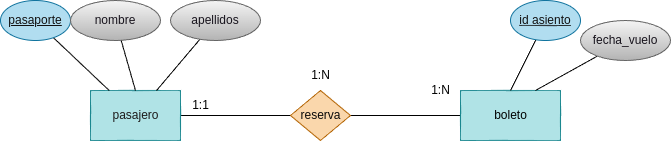
This is tareas/tarea-3/images/ejercicio11.drawio.png from betancorge/base-datos-2, a draw.io export, as it was before one commit. Source tidied: cells renumbered, new cells last; positions are measured from the earlier drawing's top-left corner, leaving out a move shared by most shapes. Source of this version:
```xml
<mxGraphModel>
  <root>
    <mxCell id="0" />
    <mxCell id="1" parent="0" />
    <mxCell id="2" style="edgeStyle=none;html=1;entryX=0;entryY=0.5;entryDx=0;entryDy=0;endArrow=none;endFill=0;" parent="1" edge="1" source="3" target="5">
      <mxGeometry relative="1" as="geometry" />
    </mxCell>
    <mxCell id="3" value="&lt;font color=&quot;#1d1b1b&quot;&gt;pasajero&lt;/font&gt;" style="html=1;dashed=0;whitespace=wrap;fillColor=#b0e3e6;strokeColor=#0e8088;" parent="1" vertex="1">
      <mxGeometry x="90" y="90" width="90" height="50" as="geometry" />
    </mxCell>
    <mxCell id="4" style="edgeStyle=none;html=1;exitX=1;exitY=0.5;exitDx=0;exitDy=0;entryX=0;entryY=0.5;entryDx=0;entryDy=0;endArrow=none;endFill=0;" parent="1" edge="1" source="5" target="6">
      <mxGeometry relative="1" as="geometry" />
    </mxCell>
    <mxCell id="5" value="&lt;font color=&quot;#0a0a0a&quot;&gt;reserva&lt;/font&gt;" style="shape=rhombus;html=1;dashed=0;whitespace=wrap;perimeter=rhombusPerimeter;fillColor=#fad7ac;strokeColor=#b46504;" parent="1" vertex="1">
      <mxGeometry x="290" y="90" width="60" height="50" as="geometry" />
    </mxCell>
    <mxCell id="6" value="&lt;font color=&quot;#000000&quot;&gt;boleto&lt;/font&gt;" style="html=1;dashed=0;whitespace=wrap;fillColor=#b0e3e6;strokeColor=#0e8088;" parent="1" vertex="1">
      <mxGeometry x="460" y="90" width="100" height="50" as="geometry" />
    </mxCell>
    <mxCell id="7" value="1:N" style="text;html=1;align=center;verticalAlign=middle;strokeColor=none;fillColor=none;" parent="1" vertex="1">
      <mxGeometry x="420" y="75" width="40" height="30" as="geometry" />
    </mxCell>
    <mxCell id="8" value="1:N" style="text;html=1;align=center;verticalAlign=middle;strokeColor=none;fillColor=none;" parent="1" vertex="1">
      <mxGeometry x="300" y="60" width="40" height="30" as="geometry" />
    </mxCell>
    <mxCell id="9" value="1:1" style="text;html=1;align=center;verticalAlign=middle;strokeColor=none;fillColor=none;" parent="1" vertex="1">
      <mxGeometry x="180" y="90" width="40" height="30" as="geometry" />
    </mxCell>
    <mxCell id="10" style="edgeStyle=none;html=1;endArrow=none;endFill=0;" parent="1" edge="1" source="11" target="3">
      <mxGeometry relative="1" as="geometry" />
    </mxCell>
    <mxCell id="11" value="pasaporte" style="ellipse;whiteSpace=wrap;html=1;align=center;fontStyle=4;fillColor=#b1ddf0;strokeColor=#10739e;fontColor=#121111;" parent="1" vertex="1">
      <mxGeometry width="70" height="40" as="geometry" />
    </mxCell>
    <mxCell id="12" style="edgeStyle=none;html=1;entryX=0.75;entryY=0;entryDx=0;entryDy=0;endArrow=none;endFill=0;" parent="1" edge="1" source="13" target="6">
      <mxGeometry relative="1" as="geometry" />
    </mxCell>
    <mxCell id="13" value="&lt;font color=&quot;#18141d&quot;&gt;fecha_vuelo&lt;/font&gt;" style="ellipse;whiteSpace=wrap;html=1;align=center;fillColor=#f5f5f5;gradientColor=#b3b3b3;strokeColor=#666666;" parent="1" vertex="1">
      <mxGeometry x="580" y="20" width="90" height="40" as="geometry" />
    </mxCell>
    <mxCell id="14" style="edgeStyle=none;html=1;entryX=0.5;entryY=0;entryDx=0;entryDy=0;endArrow=none;endFill=0;" parent="1" edge="1" source="15" target="6">
      <mxGeometry relative="1" as="geometry" />
    </mxCell>
    <mxCell id="15" value="id asiento" style="ellipse;whiteSpace=wrap;html=1;align=center;fontStyle=4;fillColor=#b1ddf0;strokeColor=#10739e;fontColor=#121111;" parent="1" vertex="1">
      <mxGeometry x="510" width="70" height="40" as="geometry" />
    </mxCell>
    <mxCell id="16" style="edgeStyle=none;html=1;entryX=0.5;entryY=0;entryDx=0;entryDy=0;endArrow=none;endFill=0;" parent="1" edge="1" source="17" target="3">
      <mxGeometry relative="1" as="geometry" />
    </mxCell>
    <mxCell id="17" value="&lt;font color=&quot;#18141d&quot;&gt;nombre&lt;/font&gt;" style="ellipse;whiteSpace=wrap;html=1;align=center;fillColor=#f5f5f5;gradientColor=#b3b3b3;strokeColor=#666666;" parent="1" vertex="1">
      <mxGeometry x="70" width="90" height="40" as="geometry" />
    </mxCell>
    <mxCell id="18" style="edgeStyle=none;html=1;endArrow=none;endFill=0;" parent="1" edge="1" source="19" target="3">
      <mxGeometry relative="1" as="geometry" />
    </mxCell>
    <mxCell id="19" value="&lt;font color=&quot;#18141d&quot;&gt;apellidos&lt;/font&gt;" style="ellipse;whiteSpace=wrap;html=1;align=center;fillColor=#f5f5f5;gradientColor=#b3b3b3;strokeColor=#666666;" parent="1" vertex="1">
      <mxGeometry x="170" width="90" height="40" as="geometry" />
    </mxCell>
  </root>
</mxGraphModel>
```
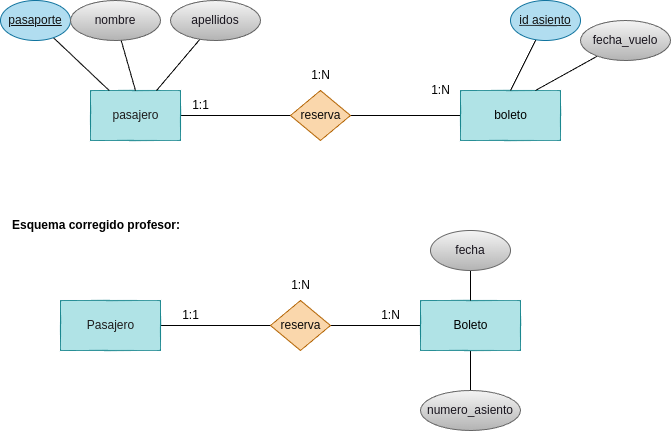
After the change.

What changed in the source:
```diff
@@ -56,5 +56,44 @@
     <mxCell id="19" value="&lt;font color=&quot;#18141d&quot;&gt;apellidos&lt;/font&gt;" style="ellipse;whiteSpace=wrap;html=1;align=center;fillColor=#f5f5f5;gradientColor=#b3b3b3;strokeColor=#666666;" parent="1" vertex="1">
       <mxGeometry x="170" width="90" height="40" as="geometry" />
     </mxCell>
+    <mxCell id="20" value="&lt;h1 style=&quot;margin-top: 0px;&quot;&gt;&lt;font style=&quot;font-size: 12px;&quot;&gt;Esquema corregido profesor:&lt;/font&gt;&lt;/h1&gt;" style="text;html=1;whiteSpace=wrap;overflow=hidden;rounded=0;" parent="1" vertex="1">
+      <mxGeometry x="10" y="200" width="190" height="50" as="geometry" />
+    </mxCell>
+    <mxCell id="21" style="edgeStyle=none;html=1;entryX=0;entryY=0.5;entryDx=0;entryDy=0;endArrow=none;endFill=0;" parent="1" edge="1" source="22" target="24">
+      <mxGeometry relative="1" as="geometry" />
+    </mxCell>
+    <mxCell id="22" value="&lt;font color=&quot;#1d1b1b&quot;&gt;Pasajero&lt;/font&gt;" style="html=1;dashed=0;whitespace=wrap;fillColor=#b0e3e6;strokeColor=#0e8088;" parent="1" vertex="1">
+      <mxGeometry x="60" y="300" width="100" height="50" as="geometry" />
+    </mxCell>
+    <mxCell id="23" style="edgeStyle=none;html=1;exitX=1;exitY=0.5;exitDx=0;exitDy=0;entryX=0;entryY=0.5;entryDx=0;entryDy=0;endArrow=none;endFill=0;" parent="1" edge="1" source="24" target="26">
+      <mxGeometry relative="1" as="geometry" />
+    </mxCell>
+    <mxCell id="24" value="&lt;font color=&quot;#0a0a0a&quot;&gt;reserva&lt;/font&gt;" style="shape=rhombus;html=1;dashed=0;whitespace=wrap;perimeter=rhombusPerimeter;fillColor=#fad7ac;strokeColor=#b46504;" parent="1" vertex="1">
+      <mxGeometry x="270" y="300" width="60" height="50" as="geometry" />
+    </mxCell>
+    <mxCell id="25" style="edgeStyle=none;html=1;endArrow=none;endFill=0;" parent="1" edge="1" source="26" target="32">
+      <mxGeometry relative="1" as="geometry" />
+    </mxCell>
+    <mxCell id="26" value="&lt;font color=&quot;#000000&quot;&gt;Boleto&lt;/font&gt;" style="html=1;dashed=0;whitespace=wrap;fillColor=#b0e3e6;strokeColor=#0e8088;" parent="1" vertex="1">
+      <mxGeometry x="420" y="300" width="100" height="50" as="geometry" />
+    </mxCell>
+    <mxCell id="27" value="1:N" style="text;html=1;align=center;verticalAlign=middle;strokeColor=none;fillColor=none;" parent="1" vertex="1">
+      <mxGeometry x="370" y="300" width="40" height="30" as="geometry" />
+    </mxCell>
+    <mxCell id="28" value="1:1" style="text;html=1;align=center;verticalAlign=middle;strokeColor=none;fillColor=none;" parent="1" vertex="1">
+      <mxGeometry x="170" y="300" width="40" height="30" as="geometry" />
+    </mxCell>
+    <mxCell id="29" value="1:N" style="text;html=1;align=center;verticalAlign=middle;strokeColor=none;fillColor=none;" parent="1" vertex="1">
+      <mxGeometry x="280" y="270" width="40" height="30" as="geometry" />
+    </mxCell>
+    <mxCell id="30" style="edgeStyle=none;html=1;entryX=0.5;entryY=1;entryDx=0;entryDy=0;endArrow=none;endFill=0;exitX=0.5;exitY=0;exitDx=0;exitDy=0;" parent="1" edge="1" source="26" target="31">
+      <mxGeometry relative="1" as="geometry" />
+    </mxCell>
+    <mxCell id="31" value="&lt;font color=&quot;#18141d&quot;&gt;fecha&lt;/font&gt;" style="ellipse;whiteSpace=wrap;html=1;align=center;fillColor=#f5f5f5;gradientColor=#b3b3b3;strokeColor=#666666;" parent="1" vertex="1">
+      <mxGeometry x="430" y="230" width="80" height="40" as="geometry" />
+    </mxCell>
+    <mxCell id="32" value="&lt;font color=&quot;#18141d&quot;&gt;numero_asiento&lt;/font&gt;" style="ellipse;whiteSpace=wrap;html=1;align=center;fillColor=#f5f5f5;gradientColor=#b3b3b3;strokeColor=#666666;" parent="1" vertex="1">
+      <mxGeometry x="420" y="390" width="100" height="40" as="geometry" />
+    </mxCell>
   </root>
 </mxGraphModel>
```
